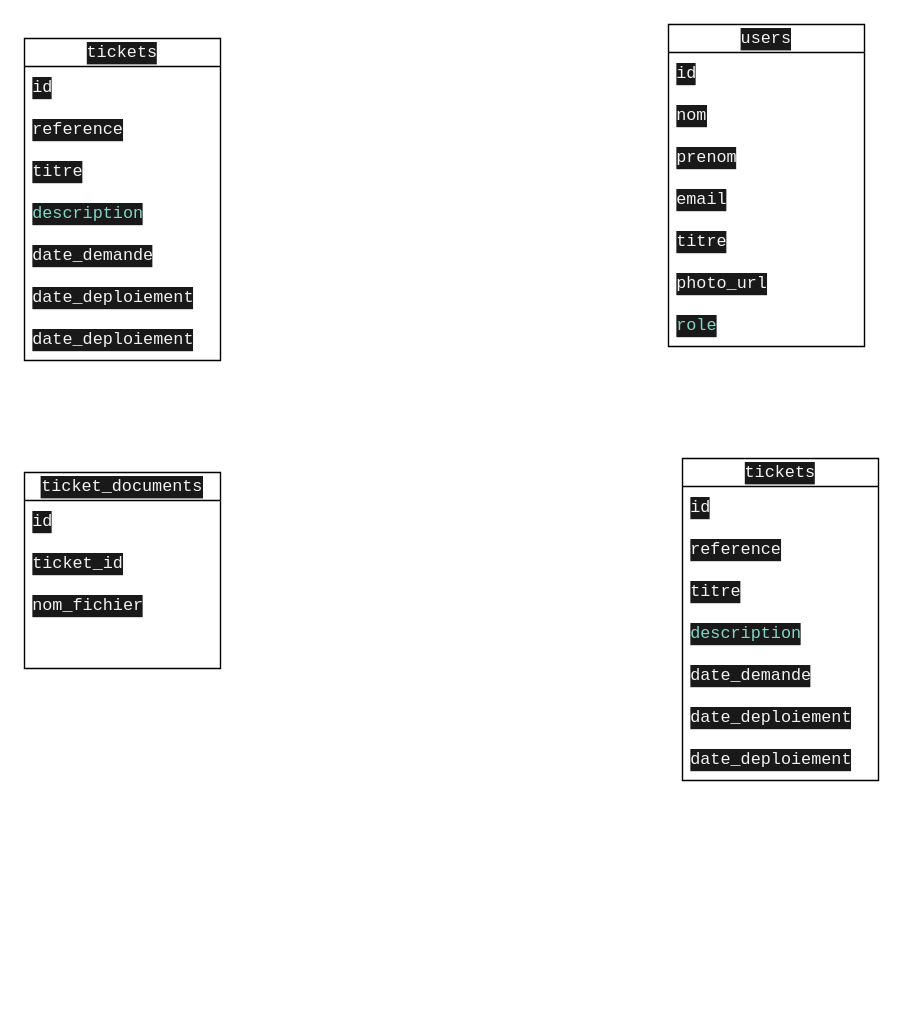
The draw.io diagram mcd quiz/Diagramme sans nom.drawio in Maminjatovo/MCD, before the edit. Source tidied: cells renumbered, new cells numbered last; positions are measured from the earlier drawing's top-left corner, leaving out a move shared by most shapes. Both pictures are drawn from the tidied source at 140%, with x=0, y=0 at pixel (24, 24).
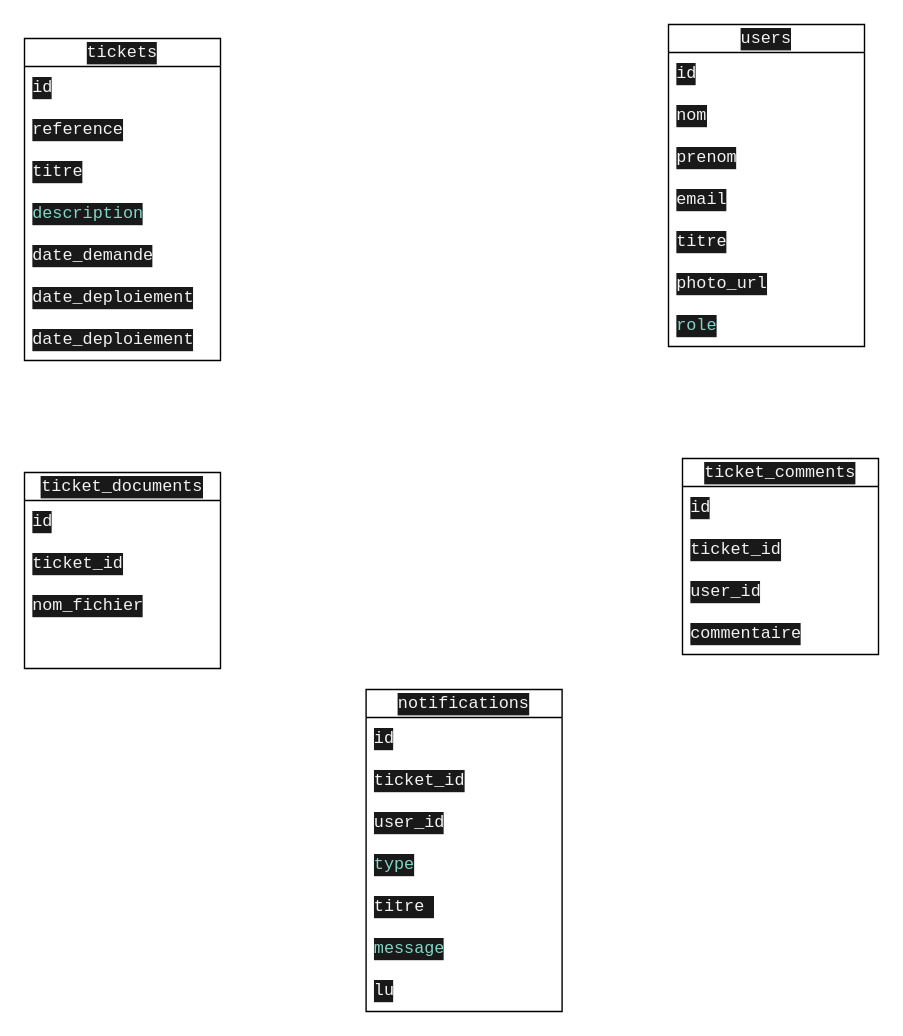
After the change.

Commit message (it also covers changes not shown here):
Mettre à jour Diagramme sans nom.drawio

What changed in the source:
```diff
@@
-    <mxCell id="23" value="&lt;div style=&quot;color: rgb(243, 243, 243); background-color: rgb(25, 25, 25); font-family: Consolas, &amp;quot;Courier New&amp;quot;, monospace; line-height: 16px; white-space: pre;&quot;&gt;tickets&lt;/div&gt;" style="swimlane;fontStyle=0;horizontal=1;startSize=20;whiteSpace=wrap;html=1;" parent="1" vertex="1">
-      <mxGeometry x="470" y="310" width="140" height="230" as="geometry" />
+    <mxCell id="23" value="&lt;div style=&quot;color: rgb(243, 243, 243); background-color: rgb(25, 25, 25); font-family: Consolas, &amp;quot;Courier New&amp;quot;, monospace; line-height: 16px; white-space: pre;&quot;&gt;&lt;div style=&quot;color: rgb(243, 243, 243); background-color: rgb(25, 25, 25); line-height: 16px;&quot;&gt;ticket_comments&lt;/div&gt;&lt;/div&gt;" style="swimlane;fontStyle=0;horizontal=1;startSize=20;whiteSpace=wrap;html=1;" parent="1" vertex="1">
+      <mxGeometry x="470" y="310" width="140" height="140" as="geometry" />
     </mxCell>
@@
-    <mxCell id="25" value="&lt;div style=&quot;color: rgb(243, 243, 243); background-color: rgb(25, 25, 25); font-family: Consolas, &amp;quot;Courier New&amp;quot;, monospace; line-height: 16px; white-space: pre;&quot;&gt;reference&lt;/div&gt;" style="text;strokeColor=none;fillColor=none;align=left;verticalAlign=middle;spacingLeft=4;spacingRight=4;overflow=hidden;whiteSpace=wrap;html=1;" parent="23" vertex="1">
+    <mxCell id="25" value="&lt;div style=&quot;color: rgb(243, 243, 243); background-color: rgb(25, 25, 25); font-family: Consolas, &amp;quot;Courier New&amp;quot;, monospace; line-height: 16px; white-space: pre;&quot;&gt;&lt;div style=&quot;color: rgb(243, 243, 243); background-color: rgb(25, 25, 25); line-height: 16px;&quot;&gt;ticket_id&lt;/div&gt;&lt;/div&gt;" style="text;strokeColor=none;fillColor=none;align=left;verticalAlign=middle;spacingLeft=4;spacingRight=4;overflow=hidden;whiteSpace=wrap;html=1;" parent="23" vertex="1">
       <mxGeometry y="50" width="140" height="30" as="geometry" />
     </mxCell>
-    <mxCell id="26" value="&lt;div style=&quot;color: rgb(243, 243, 243); background-color: rgb(25, 25, 25); font-family: Consolas, &amp;quot;Courier New&amp;quot;, monospace; line-height: 16px; white-space: pre;&quot;&gt;titre&lt;/div&gt;" style="text;strokeColor=none;fillColor=none;align=left;verticalAlign=middle;spacingLeft=4;spacingRight=4;overflow=hidden;whiteSpace=wrap;html=1;" parent="23" vertex="1">
+    <mxCell id="26" value="&lt;div style=&quot;color: rgb(243, 243, 243); background-color: rgb(25, 25, 25); font-family: Consolas, &amp;quot;Courier New&amp;quot;, monospace; line-height: 16px; white-space: pre;&quot;&gt;&lt;div style=&quot;color: rgb(243, 243, 243); background-color: rgb(25, 25, 25); line-height: 16px;&quot;&gt;user_id&lt;/div&gt;&lt;/div&gt;" style="text;strokeColor=none;fillColor=none;align=left;verticalAlign=middle;spacingLeft=4;spacingRight=4;overflow=hidden;whiteSpace=wrap;html=1;" parent="23" vertex="1">
       <mxGeometry y="80" width="140" height="30" as="geometry" />
     </mxCell>
-    <mxCell id="27" value="&lt;div style=&quot;color: rgb(243, 243, 243); background-color: rgb(25, 25, 25); font-family: Consolas, &amp;quot;Courier New&amp;quot;, monospace; line-height: 16px; white-space: pre;&quot;&gt;&lt;span style=&quot;color: #83d6c5;&quot;&gt;description&lt;/span&gt;&lt;/div&gt;" style="text;strokeColor=none;fillColor=none;align=left;verticalAlign=middle;spacingLeft=4;spacingRight=4;overflow=hidden;whiteSpace=wrap;html=1;" parent="23" vertex="1">
+    <mxCell id="27" value="&lt;div style=&quot;color: rgb(243, 243, 243); background-color: rgb(25, 25, 25); font-family: Consolas, &amp;quot;Courier New&amp;quot;, monospace; line-height: 16px; white-space: pre;&quot;&gt;&lt;div style=&quot;color: rgb(243, 243, 243); background-color: rgb(25, 25, 25); line-height: 16px;&quot;&gt;commentaire&lt;/div&gt;&lt;/div&gt;" style="text;strokeColor=none;fillColor=none;align=left;verticalAlign=middle;spacingLeft=4;spacingRight=4;overflow=hidden;whiteSpace=wrap;html=1;" parent="23" vertex="1">
       <mxGeometry y="110" width="140" height="30" as="geometry" />
     </mxCell>
-    <mxCell id="28" value="&lt;div style=&quot;color: rgb(243, 243, 243); background-color: rgb(25, 25, 25); font-family: Consolas, &amp;quot;Courier New&amp;quot;, monospace; line-height: 16px; white-space: pre;&quot;&gt;date_demande&lt;/div&gt;" style="text;strokeColor=none;fillColor=none;align=left;verticalAlign=middle;spacingLeft=4;spacingRight=4;overflow=hidden;whiteSpace=wrap;html=1;" parent="23" vertex="1">
-      <mxGeometry y="140" width="140" height="30" as="geometry" />
-    </mxCell>
-    <mxCell id="29" value="&lt;div style=&quot;color: rgb(243, 243, 243); background-color: rgb(25, 25, 25); font-family: Consolas, &amp;quot;Courier New&amp;quot;, monospace; line-height: 16px; white-space: pre;&quot;&gt;&lt;div style=&quot;color: rgb(243, 243, 243); background-color: rgb(25, 25, 25); line-height: 16px;&quot;&gt;date_deploiement&lt;/div&gt;&lt;/div&gt;" style="text;strokeColor=none;fillColor=none;align=left;verticalAlign=middle;spacingLeft=4;spacingRight=4;overflow=hidden;whiteSpace=wrap;html=1;" parent="23" vertex="1">
-      <mxGeometry y="170" width="140" height="30" as="geometry" />
-    </mxCell>
-    <mxCell id="30" value="&lt;div style=&quot;color: rgb(243, 243, 243); background-color: rgb(25, 25, 25); font-family: Consolas, &amp;quot;Courier New&amp;quot;, monospace; line-height: 16px; white-space: pre;&quot;&gt;&lt;div style=&quot;color: rgb(243, 243, 243); background-color: rgb(25, 25, 25); line-height: 16px;&quot;&gt;date_deploiement&lt;/div&gt;&lt;/div&gt;" style="text;strokeColor=none;fillColor=none;align=left;verticalAlign=middle;spacingLeft=4;spacingRight=4;overflow=hidden;whiteSpace=wrap;html=1;" parent="23" vertex="1">
-      <mxGeometry y="200" width="140" height="30" as="geometry" />
-    </mxCell>
+    <mxCell id="31" value="&lt;div style=&quot;color: rgb(243, 243, 243); background-color: rgb(25, 25, 25); font-family: Consolas, &amp;quot;Courier New&amp;quot;, monospace; line-height: 16px; white-space: pre;&quot;&gt;&lt;div style=&quot;color: rgb(243, 243, 243); background-color: rgb(25, 25, 25); line-height: 16px;&quot;&gt;&lt;span style=&quot;text-align: left;&quot;&gt;notifications&lt;/span&gt;&lt;/div&gt;&lt;/div&gt;" style="swimlane;fontStyle=0;horizontal=1;startSize=20;whiteSpace=wrap;html=1;" parent="1" vertex="1">
+      <mxGeometry x="244" y="475" width="140" height="230" as="geometry" />
+    </mxCell>
+    <mxCell id="32" value="&lt;div style=&quot;color: rgb(243, 243, 243); background-color: rgb(25, 25, 25); font-family: Consolas, &amp;quot;Courier New&amp;quot;, monospace; line-height: 16px; white-space: pre;&quot;&gt;id&lt;/div&gt;" style="text;strokeColor=none;fillColor=none;align=left;verticalAlign=middle;spacingLeft=4;spacingRight=4;overflow=hidden;whiteSpace=wrap;html=1;" parent="31" vertex="1">
+      <mxGeometry y="20" width="140" height="30" as="geometry" />
+    </mxCell>
+    <mxCell id="33" value="&lt;div style=&quot;color: rgb(243, 243, 243); background-color: rgb(25, 25, 25); font-family: Consolas, &amp;quot;Courier New&amp;quot;, monospace; line-height: 16px; white-space: pre;&quot;&gt;&lt;div style=&quot;color: rgb(243, 243, 243); background-color: rgb(25, 25, 25); line-height: 16px;&quot;&gt;&lt;div style=&quot;color: rgb(243, 243, 243); background-color: rgb(25, 25, 25); line-height: 16px;&quot;&gt;&lt;div style=&quot;color: rgb(243, 243, 243); background-color: rgb(25, 25, 25); line-height: 16px;&quot;&gt;ticket_id&lt;/div&gt;&lt;/div&gt;&lt;/div&gt;&lt;/div&gt;" style="text;strokeColor=none;fillColor=none;align=left;verticalAlign=middle;spacingLeft=4;spacingRight=4;overflow=hidden;whiteSpace=wrap;html=1;" parent="31" vertex="1">
+      <mxGeometry y="50" width="140" height="30" as="geometry" />
+    </mxCell>
+    <mxCell id="34" value="&lt;div style=&quot;color: rgb(243, 243, 243); background-color: rgb(25, 25, 25); font-family: Consolas, &amp;quot;Courier New&amp;quot;, monospace; line-height: 16px; white-space: pre;&quot;&gt;&lt;div style=&quot;color: rgb(243, 243, 243); background-color: rgb(25, 25, 25); line-height: 16px;&quot;&gt;user_id&lt;/div&gt;&lt;/div&gt;" style="text;strokeColor=none;fillColor=none;align=left;verticalAlign=middle;spacingLeft=4;spacingRight=4;overflow=hidden;whiteSpace=wrap;html=1;" parent="31" vertex="1">
+      <mxGeometry y="80" width="140" height="30" as="geometry" />
+    </mxCell>
+    <mxCell id="35" value="&lt;div style=&quot;color: rgb(243, 243, 243); background-color: rgb(25, 25, 25); font-family: Consolas, &amp;quot;Courier New&amp;quot;, monospace; line-height: 16px; white-space: pre;&quot;&gt;&lt;div style=&quot;color: rgb(243, 243, 243); background-color: rgb(25, 25, 25); line-height: 16px;&quot;&gt;&lt;div style=&quot;color: rgb(243, 243, 243); background-color: rgb(25, 25, 25); line-height: 16px;&quot;&gt;&lt;span style=&quot;color: #83d6c5;&quot;&gt;type&lt;/span&gt;&lt;/div&gt;&lt;/div&gt;&lt;/div&gt;" style="text;strokeColor=none;fillColor=none;align=left;verticalAlign=middle;spacingLeft=4;spacingRight=4;overflow=hidden;whiteSpace=wrap;html=1;" parent="31" vertex="1">
+      <mxGeometry y="110" width="140" height="30" as="geometry" />
+    </mxCell>
+    <mxCell id="36" value="&lt;div style=&quot;color: rgb(243, 243, 243); background-color: rgb(25, 25, 25); font-family: Consolas, &amp;quot;Courier New&amp;quot;, monospace; line-height: 16px; white-space: pre;&quot;&gt;&lt;div style=&quot;color: rgb(243, 243, 243); background-color: rgb(25, 25, 25); line-height: 16px;&quot;&gt;&lt;div style=&quot;color: rgb(243, 243, 243); background-color: rgb(25, 25, 25); line-height: 16px;&quot;&gt;&lt;div style=&quot;color: rgb(243, 243, 243); background-color: rgb(25, 25, 25); line-height: 16px;&quot;&gt;titre &lt;/div&gt;&lt;/div&gt;&lt;/div&gt;&lt;/div&gt;" style="text;strokeColor=none;fillColor=none;align=left;verticalAlign=middle;spacingLeft=4;spacingRight=4;overflow=hidden;whiteSpace=wrap;html=1;" parent="31" vertex="1">
+      <mxGeometry y="140" width="140" height="30" as="geometry" />
+    </mxCell>
+    <mxCell id="37" value="&lt;div style=&quot;color: rgb(243, 243, 243); background-color: rgb(25, 25, 25); font-family: Consolas, &amp;quot;Courier New&amp;quot;, monospace; line-height: 16px; white-space: pre;&quot;&gt;&lt;div style=&quot;color: rgb(243, 243, 243); background-color: rgb(25, 25, 25); line-height: 16px;&quot;&gt;&lt;div style=&quot;color: rgb(243, 243, 243); background-color: rgb(25, 25, 25); line-height: 16px;&quot;&gt;&lt;div style=&quot;color: rgb(243, 243, 243); background-color: rgb(25, 25, 25); line-height: 16px;&quot;&gt;&lt;span style=&quot;color: #83d6c5;&quot;&gt;message&lt;/span&gt;&lt;/div&gt;&lt;/div&gt;&lt;/div&gt;&lt;/div&gt;" style="text;strokeColor=none;fillColor=none;align=left;verticalAlign=middle;spacingLeft=4;spacingRight=4;overflow=hidden;whiteSpace=wrap;html=1;" parent="31" vertex="1">
+      <mxGeometry y="170" width="140" height="30" as="geometry" />
+    </mxCell>
+    <mxCell id="38" value="&lt;div style=&quot;color: rgb(243, 243, 243); background-color: rgb(25, 25, 25); font-family: Consolas, &amp;quot;Courier New&amp;quot;, monospace; line-height: 16px; white-space: pre;&quot;&gt;&lt;div style=&quot;color: rgb(243, 243, 243); background-color: rgb(25, 25, 25); line-height: 16px;&quot;&gt;&lt;div style=&quot;color: rgb(243, 243, 243); background-color: rgb(25, 25, 25); line-height: 16px;&quot;&gt;&lt;div style=&quot;color: rgb(243, 243, 243); background-color: rgb(25, 25, 25); line-height: 16px;&quot;&gt;lu&lt;/div&gt;&lt;/div&gt;&lt;/div&gt;&lt;/div&gt;" style="text;strokeColor=none;fillColor=none;align=left;verticalAlign=middle;spacingLeft=4;spacingRight=4;overflow=hidden;whiteSpace=wrap;html=1;" parent="31" vertex="1">
+      <mxGeometry y="200" width="140" height="30" as="geometry" />
+    </mxCell>
```
